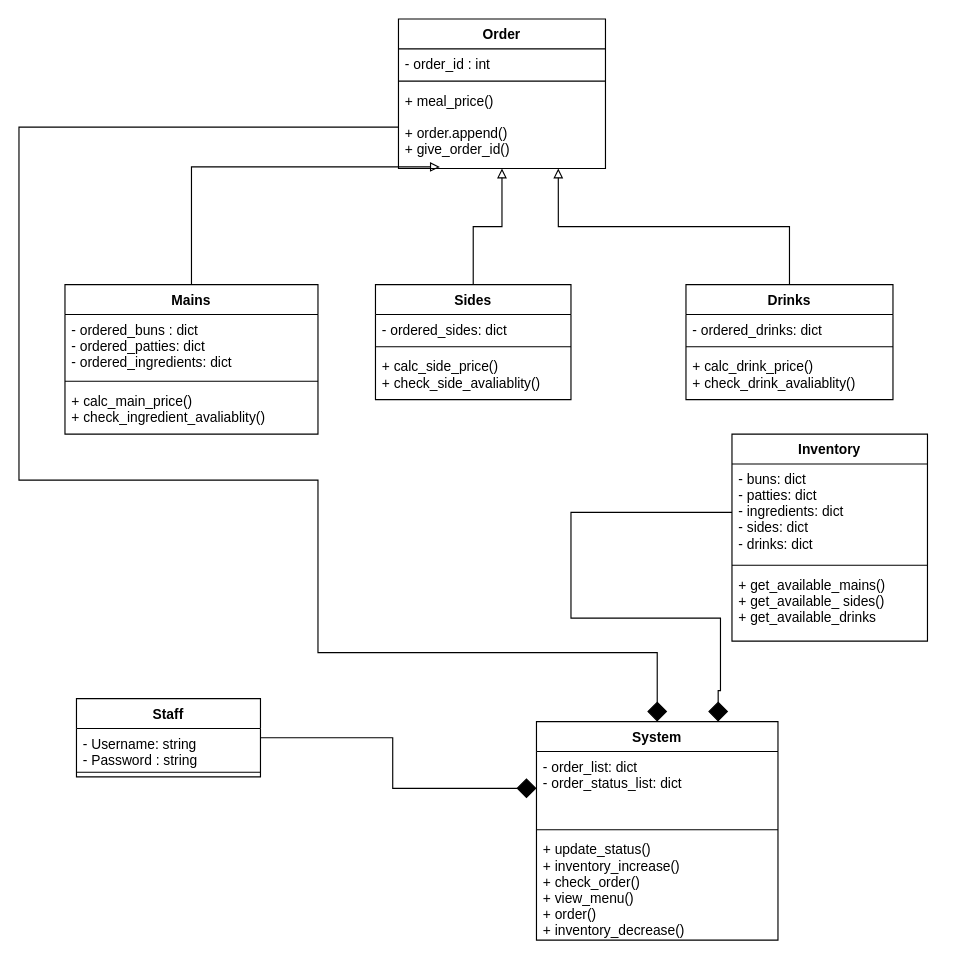
This is Milestone 2.drawio from AlanYang99/Online-Ordering, a draw.io file, before an edit. Source tidied: cells renumbered, new cells numbered last; positions are measured from the earlier drawing's top-left corner, leaving out a move shared by most shapes. Both pictures are drawn from the tidied source at 115%, with x=0, y=0 at pixel (18, 18).
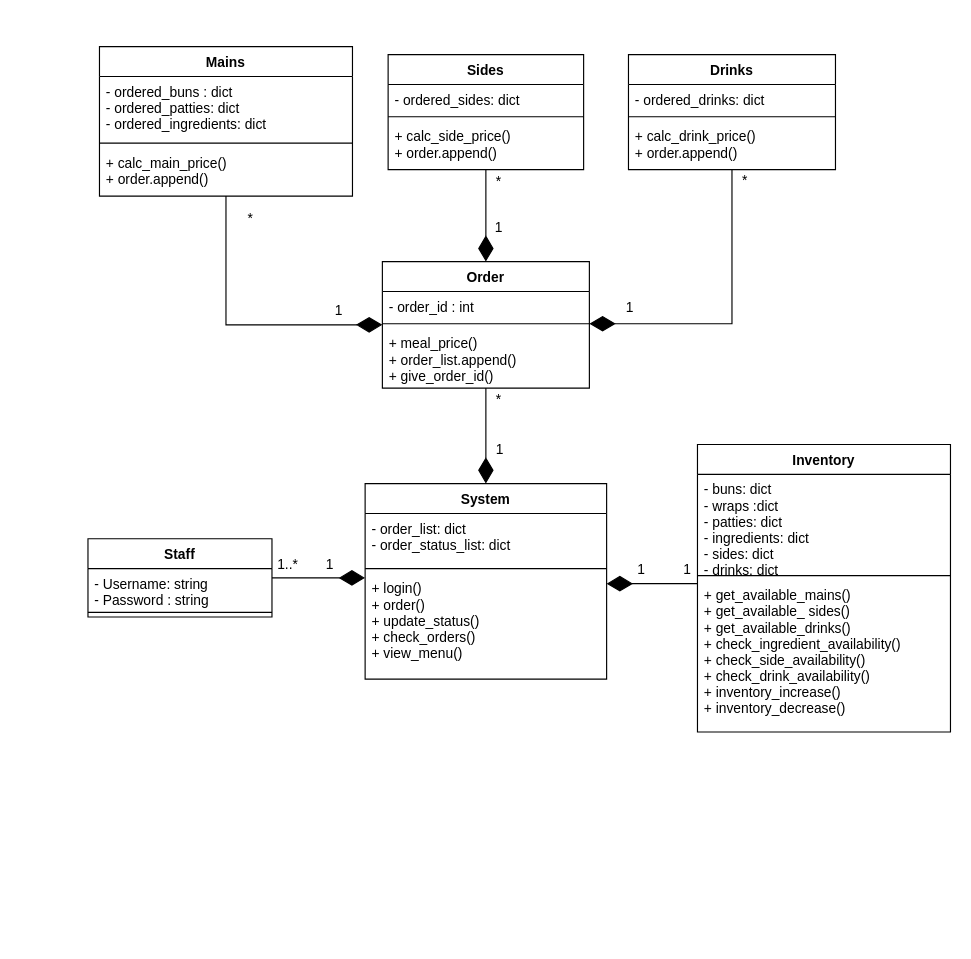
Above is the later version.

The change refers to these unchanged cells:
```xml
<mxCell id="9" style="line;strokeWidth=1;fillColor=none;align=left;verticalAlign=middle;spacingTop=-1;spacingLeft=3;spacingRight=3;labelPosition=right;points=[];portConstraint=eastwest;" parent="7" vertex="1">
  <mxGeometry y="50" width="180" height="8" as="geometry" />
</mxCell>
```

Diff of the diagram source:
```diff
@@
-    <mxCell id="2" style="edgeStyle=orthogonalEdgeStyle;rounded=0;jettySize=auto;html=1;entryX=0;entryY=0.5;entryDx=0;entryDy=0;endArrow=diamond;endFill=1;endSize=15;startSize=15;" parent="1" edge="1" source="3" target="28">
-      <mxGeometry relative="1" as="geometry" />
-    </mxCell>
+    <mxCell id="35" style="edgeStyle=orthogonalEdgeStyle;rounded=0;jettySize=auto;html=1;startSize=20;endArrow=diamondThin;endFill=1;endSize=20;" parent="1" edge="1" source="3" target="30">
+      <mxGeometry relative="1" as="geometry">
+        <Array as="points">
+          <mxPoint x="270" y="486" />
+          <mxPoint x="270" y="486" />
+        </Array>
+      </mxGeometry>
+    </mxCell>
+    <mxCell id="36" value="1" style="text;html=1;align=center;verticalAlign=middle;labelBackgroundColor=#ffffff;" parent="35" vertex="1">
+      <mxGeometry x="0.27" relative="1" as="geometry">
+        <mxPoint x="-1.5" y="-12" as="offset" />
+      </mxGeometry>
+    </mxCell>
     <mxCell id="3" value="Staff" style="swimlane;fontStyle=1;align=center;verticalAlign=top;horizontal=1;startSize=26;" parent="1" vertex="1">
-      <mxGeometry x="50" y="591" width="160" height="68" as="geometry" />
+      <mxGeometry x="60" y="452" width="160" height="68" as="geometry" />
     </mxCell>
@@
-    <mxCell id="6" style="edgeStyle=orthogonalEdgeStyle;rounded=0;orthogonalLoop=1;jettySize=auto;html=1;startSize=15;endArrow=diamond;endFill=1;endSize=15;entryX=0.75;entryY=0;entryDx=0;entryDy=0;exitX=0;exitY=0.5;exitDx=0;exitDy=0;" parent="1" edge="1">
-      <mxGeometry relative="1" as="geometry">
-        <mxPoint x="620" y="429" as="sourcePoint" />
-        <mxPoint x="608" y="611" as="targetPoint" />
-        <Array as="points">
-          <mxPoint x="480" y="429" />
-          <mxPoint x="480" y="521" />
-          <mxPoint x="610" y="521" />
-          <mxPoint x="610" y="584" />
-        </Array>
-      </mxGeometry>
-    </mxCell>
+    <mxCell id="37" style="edgeStyle=orthogonalEdgeStyle;rounded=0;jettySize=auto;html=1;startSize=20;endArrow=diamondThin;endFill=1;endSize=20;" parent="1" edge="1" source="7" target="27">
+      <mxGeometry relative="1" as="geometry" />
+    </mxCell>
+    <mxCell id="38" value="1" style="text;html=1;align=center;verticalAlign=middle;labelBackgroundColor=#ffffff;" parent="37" vertex="1">
+      <mxGeometry x="0.16" y="-2" relative="1" as="geometry">
+        <mxPoint x="13" y="5" as="offset" />
+      </mxGeometry>
+    </mxCell>
+    <mxCell id="39" value="*" style="text;html=1;align=center;verticalAlign=middle;labelBackgroundColor=#ffffff;" parent="37" vertex="1">
+      <mxGeometry x="-0.13" y="25" relative="1" as="geometry">
+        <mxPoint x="-15" y="-26.5" as="offset" />
+      </mxGeometry>
+    </mxCell>
     <mxCell id="7" value="Order" style="swimlane;fontStyle=1;align=center;verticalAlign=top;horizontal=1;startSize=26;" parent="1" vertex="1">
-      <mxGeometry x="330" width="180" height="130" as="geometry" />
+      <mxGeometry x="316" y="211" width="180" height="110" as="geometry" />
     </mxCell>
@@
-    <mxCell id="10" value="+ meal_price()&#10;&#10;+ order.append()&#10;+ give_order_id()&#10;" style="text;strokeColor=none;fillColor=none;align=left;verticalAlign=top;spacingLeft=4;spacingRight=4;overflow=hidden;points=[[0,0.5],[1,0.5]];portConstraint=eastwest;" parent="7" vertex="1">
-      <mxGeometry y="58" width="180" height="72" as="geometry" />
+    <mxCell id="10" value="+ meal_price()&#10;+ order_list.append()&#10;+ give_order_id()&#10;" style="text;strokeColor=none;fillColor=none;align=left;verticalAlign=top;spacingLeft=4;spacingRight=4;overflow=hidden;points=[[0,0.5],[1,0.5]];portConstraint=eastwest;" parent="7" vertex="1">
+      <mxGeometry y="58" width="180" height="52" as="geometry" />
     </mxCell>
-    <mxCell id="11" style="edgeStyle=orthogonalEdgeStyle;rounded=0;jettySize=auto;html=1;entryX=0.2;entryY=0.981;entryDx=0;entryDy=0;entryPerimeter=0;endArrow=block;endFill=0;" parent="1" edge="1" source="12" target="10">
-      <mxGeometry relative="1" as="geometry" />
-    </mxCell>
+    <mxCell id="40" style="edgeStyle=orthogonalEdgeStyle;rounded=0;jettySize=auto;html=1;startSize=20;endArrow=diamondThin;endFill=1;endSize=20;entryX=0;entryY=0.5;entryDx=0;entryDy=0;" parent="1" edge="1" source="12" target="7">
+      <mxGeometry relative="1" as="geometry">
+        <Array as="points">
+          <mxPoint x="180" y="266" />
+        </Array>
+      </mxGeometry>
+    </mxCell>
+    <mxCell id="41" value="1" style="text;html=1;align=center;verticalAlign=middle;labelBackgroundColor=#ffffff;" parent="40" vertex="1">
+      <mxGeometry x="0.69" y="4" relative="1" as="geometry">
+        <mxPoint x="-0.5" y="-8.5" as="offset" />
+      </mxGeometry>
+    </mxCell>
+    <mxCell id="42" value="*" style="text;html=1;align=center;verticalAlign=middle;labelBackgroundColor=#ffffff;" parent="40" vertex="1">
+      <mxGeometry x="-0.85" y="-1" relative="1" as="geometry">
+        <mxPoint x="21" as="offset" />
+      </mxGeometry>
+    </mxCell>
     <mxCell id="12" value="Mains" style="swimlane;fontStyle=1;align=center;verticalAlign=top;horizontal=1;startSize=26;" parent="1" vertex="1">
-      <mxGeometry x="40" y="231" width="220" height="130" as="geometry" />
+      <mxGeometry x="70" y="24" width="220" height="130" as="geometry" />
     </mxCell>
@@
-    <mxCell id="15" value="+ calc_main_price()&#10;+ check_ingredient_avaliablity()&#10;" style="text;strokeColor=none;fillColor=none;align=left;verticalAlign=top;spacingLeft=4;spacingRight=4;overflow=hidden;" parent="12" vertex="1">
+    <mxCell id="15" value="+ calc_main_price()&#10;+ order.append()&#10;&#10;" style="text;strokeColor=none;fillColor=none;align=left;verticalAlign=top;spacingLeft=4;spacingRight=4;overflow=hidden;" parent="12" vertex="1">
       <mxGeometry y="88" width="220" height="42" as="geometry" />
     </mxCell>
-    <mxCell id="16" style="edgeStyle=orthogonalEdgeStyle;rounded=0;jettySize=auto;html=1;entryX=0.5;entryY=1;entryDx=0;entryDy=0;endArrow=block;endFill=0;" parent="1" edge="1" source="17" target="7">
+    <mxCell id="16" style="edgeStyle=orthogonalEdgeStyle;rounded=0;jettySize=auto;html=1;startSize=20;endArrow=diamondThin;endFill=1;endSize=20;" parent="1" edge="1" source="17" target="7">
       <mxGeometry relative="1" as="geometry" />
     </mxCell>
+    <mxCell id="43" value="*" style="text;html=1;align=center;verticalAlign=middle;labelBackgroundColor=#ffffff;" parent="16" vertex="1">
+      <mxGeometry x="-0.13" y="22" relative="1" as="geometry">
+        <mxPoint x="-12" y="-25" as="offset" />
+      </mxGeometry>
+    </mxCell>
+    <mxCell id="44" value="1" style="text;html=1;align=center;verticalAlign=middle;labelBackgroundColor=#ffffff;" parent="16" vertex="1">
+      <mxGeometry x="0.24" relative="1" as="geometry">
+        <mxPoint x="10" y="0.5" as="offset" />
+      </mxGeometry>
+    </mxCell>
     <mxCell id="17" value="Sides" style="swimlane;fontStyle=1;align=center;verticalAlign=top;horizontal=1;startSize=26;" parent="1" vertex="1">
-      <mxGeometry x="310" y="231" width="170" height="100" as="geometry" />
+      <mxGeometry x="321" y="31" width="170" height="100" as="geometry" />
     </mxCell>
@@
-    <mxCell id="20" value="+ calc_side_price()&#10;+ check_side_avaliablity()&#10;" style="text;strokeColor=none;fillColor=none;align=left;verticalAlign=top;spacingLeft=4;spacingRight=4;overflow=hidden;" parent="17" vertex="1">
+    <mxCell id="20" value="+ calc_side_price()&#10;+ order.append()" style="text;strokeColor=none;fillColor=none;align=left;verticalAlign=top;spacingLeft=4;spacingRight=4;overflow=hidden;" parent="17" vertex="1">
       <mxGeometry y="58" width="170" height="42" as="geometry" />
     </mxCell>
-    <mxCell id="21" style="edgeStyle=orthogonalEdgeStyle;rounded=0;jettySize=auto;html=1;entryX=0.772;entryY=1;entryDx=0;entryDy=0;entryPerimeter=0;endArrow=block;endFill=0;" parent="1" edge="1" source="22" target="10">
-      <mxGeometry relative="1" as="geometry" />
-    </mxCell>
+    <mxCell id="45" style="edgeStyle=orthogonalEdgeStyle;rounded=0;jettySize=auto;html=1;startSize=20;endArrow=diamondThin;endFill=1;endSize=20;" parent="1" edge="1" source="22" target="9">
+      <mxGeometry relative="1" as="geometry" />
+    </mxCell>
+    <mxCell id="46" value="*" style="text;html=1;align=center;verticalAlign=middle;labelBackgroundColor=#ffffff;" parent="45" vertex="1">
+      <mxGeometry x="-0.89" y="-1" relative="1" as="geometry">
+        <mxPoint x="11" y="-4.5" as="offset" />
+      </mxGeometry>
+    </mxCell>
+    <mxCell id="47" value="1" style="text;html=1;align=center;verticalAlign=middle;labelBackgroundColor=#ffffff;" parent="45" vertex="1">
+      <mxGeometry x="0.72" y="2" relative="1" as="geometry">
+        <mxPoint x="-2" y="-16.5" as="offset" />
+      </mxGeometry>
+    </mxCell>
     <mxCell id="22" value="Drinks" style="swimlane;fontStyle=1;align=center;verticalAlign=top;horizontal=1;startSize=26;" parent="1" vertex="1">
-      <mxGeometry x="580" y="231" width="180" height="100" as="geometry" />
+      <mxGeometry x="530" y="31" width="180" height="100" as="geometry" />
     </mxCell>
@@
-    <mxCell id="25" value="+ calc_drink_price()&#10;+ check_drink_avaliablity()&#10;" style="text;strokeColor=none;fillColor=none;align=left;verticalAlign=top;spacingLeft=4;spacingRight=4;overflow=hidden;" parent="22" vertex="1">
+    <mxCell id="25" value="+ calc_drink_price()&#10;+ order.append()" style="text;strokeColor=none;fillColor=none;align=left;verticalAlign=top;spacingLeft=4;spacingRight=4;overflow=hidden;" parent="22" vertex="1">
       <mxGeometry y="58" width="180" height="42" as="geometry" />
     </mxCell>
-    <mxCell id="26" style="edgeStyle=orthogonalEdgeStyle;rounded=0;jettySize=auto;html=1;startSize=15;endArrow=diamond;endFill=1;endSize=15;entryX=0.5;entryY=0;entryDx=0;entryDy=0;" parent="1" edge="1" source="10" target="27">
-      <mxGeometry relative="1" as="geometry">
-        <Array as="points">
-          <mxPoint y="94" />
-          <mxPoint y="401" />
-          <mxPoint x="260" y="401" />
-          <mxPoint x="260" y="551" />
-          <mxPoint x="555" y="551" />
-        </Array>
-      </mxGeometry>
-    </mxCell>
     <mxCell id="27" value="System" style="swimlane;fontStyle=1;align=center;verticalAlign=top;horizontal=1;startSize=26;" parent="1" vertex="1">
-      <mxGeometry x="450" y="611" width="210" height="190" as="geometry" />
+      <mxGeometry x="301" y="404" width="210" height="170" as="geometry" />
     </mxCell>
     <mxCell id="28" value="- order_list: dict&#10;- order_status_list: dict" style="text;strokeColor=none;fillColor=none;align=left;verticalAlign=top;spacingLeft=4;spacingRight=4;overflow=hidden;points=[[0,0.5],[1,0.5]];portConstraint=eastwest;" parent="27" vertex="1">
-      <mxGeometry y="26" width="210" height="64" as="geometry" />
+      <mxGeometry y="26" width="210" height="44" as="geometry" />
     </mxCell>
     <mxCell id="29" style="line;strokeWidth=1;fillColor=none;align=left;verticalAlign=middle;spacingTop=-1;spacingLeft=3;spacingRight=3;labelPosition=right;" parent="27" vertex="1">
-      <mxGeometry y="90" width="210" height="8" as="geometry" />
+      <mxGeometry y="70" width="210" height="8" as="geometry" />
     </mxCell>
-    <mxCell id="30" value="+ update_status()&#10;+ inventory_increase()&#10;+ check_order()&#10;+ view_menu() &#10;+ order()&#10;+ inventory_decrease()&#10;" style="text;strokeColor=none;fillColor=none;align=left;verticalAlign=top;spacingLeft=4;spacingRight=4;overflow=hidden;points=[[0,0.5],[1,0.5]];portConstraint=eastwest;" parent="27" vertex="1">
-      <mxGeometry y="98" width="210" height="92" as="geometry" />
+    <mxCell id="30" value="+ login()&#10;+ order()&#10;+ update_status()&#10;+ check_orders()&#10;+ view_menu() " style="text;strokeColor=none;fillColor=none;align=left;verticalAlign=top;spacingLeft=4;spacingRight=4;overflow=hidden;points=[[0,0.5],[1,0.5]];portConstraint=eastwest;" parent="27" vertex="1">
+      <mxGeometry y="78" width="210" height="92" as="geometry" />
     </mxCell>
+    <mxCell id="48" style="edgeStyle=orthogonalEdgeStyle;rounded=0;jettySize=auto;html=1;startSize=20;endArrow=diamondThin;endFill=1;endSize=20;" parent="1" edge="1" source="31" target="30">
+      <mxGeometry relative="1" as="geometry">
+        <Array as="points">
+          <mxPoint x="580" y="491" />
+          <mxPoint x="580" y="491" />
+        </Array>
+      </mxGeometry>
+    </mxCell>
+    <mxCell id="49" value="1" style="text;html=1;align=center;verticalAlign=middle;labelBackgroundColor=#ffffff;" parent="48" vertex="1">
+      <mxGeometry x="0.19" y="1" relative="1" as="geometry">
+        <mxPoint x="-3" y="-14" as="offset" />
+      </mxGeometry>
+    </mxCell>
+    <mxCell id="50" value="1" style="text;html=1;align=center;verticalAlign=middle;labelBackgroundColor=#ffffff;" parent="48" vertex="1">
+      <mxGeometry x="-0.66" y="-1" relative="1" as="geometry">
+        <mxPoint x="3" y="-12" as="offset" />
+      </mxGeometry>
+    </mxCell>
     <mxCell id="31" value="Inventory" style="swimlane;fontStyle=1;align=center;verticalAlign=top;horizontal=1;startSize=26;" parent="1" vertex="1">
-      <mxGeometry x="620" y="361" width="170" height="180" as="geometry" />
+      <mxGeometry x="590" y="370" width="220" height="250" as="geometry" />
     </mxCell>
-    <mxCell id="32" value="- buns: dict&#10;- patties: dict&#10;- ingredients: dict&#10;- sides: dict&#10;- drinks: dict&#10;&#10;" style="text;strokeColor=none;fillColor=none;align=left;verticalAlign=top;spacingLeft=4;spacingRight=4;overflow=hidden;" parent="31" vertex="1">
-      <mxGeometry y="26" width="170" height="84" as="geometry" />
+    <mxCell id="32" value="- buns: dict&#10;- wraps :dict&#10;- patties: dict&#10;- ingredients: dict&#10;- sides: dict&#10;- drinks: dict&#10;&#10;" style="text;strokeColor=none;fillColor=none;align=left;verticalAlign=top;spacingLeft=4;spacingRight=4;overflow=hidden;" parent="31" vertex="1">
+      <mxGeometry y="26" width="220" height="84" as="geometry" />
     </mxCell>
     <mxCell id="33" style="line;strokeWidth=1;fillColor=none;align=left;verticalAlign=middle;spacingTop=-1;spacingLeft=3;spacingRight=3;labelPosition=right;" parent="31" vertex="1">
-      <mxGeometry y="110" width="170" height="8" as="geometry" />
+      <mxGeometry y="110" width="220" height="8" as="geometry" />
     </mxCell>
-    <mxCell id="34" value="+ get_available_mains()&#10;+ get_available_ sides()&#10;+ get_available_drinks&#10;&#10;" style="text;strokeColor=none;fillColor=none;align=left;verticalAlign=top;spacingLeft=4;spacingRight=4;overflow=hidden;" parent="31" vertex="1">
-      <mxGeometry y="118" width="170" height="62" as="geometry" />
+    <mxCell id="34" value="+ get_available_mains()&#10;+ get_available_ sides()&#10;+ get_available_drinks()&#10;+ check_ingredient_availability()&#10;+ check_side_availability()&#10;+ check_drink_availability()&#10;+ inventory_increase()&#10;+ inventory_decrease()" style="text;strokeColor=none;fillColor=none;align=left;verticalAlign=top;spacingLeft=4;spacingRight=4;overflow=hidden;" parent="31" vertex="1">
+      <mxGeometry y="118" width="220" height="132" as="geometry" />
     </mxCell>
+    <mxCell id="51" value="1..*" style="text;html=1;align=left;verticalAlign=top;spacingTop=-4;" parent="1" vertex="1">
+      <mxGeometry x="223" y="465" width="40" height="20" as="geometry" />
+    </mxCell>
```
